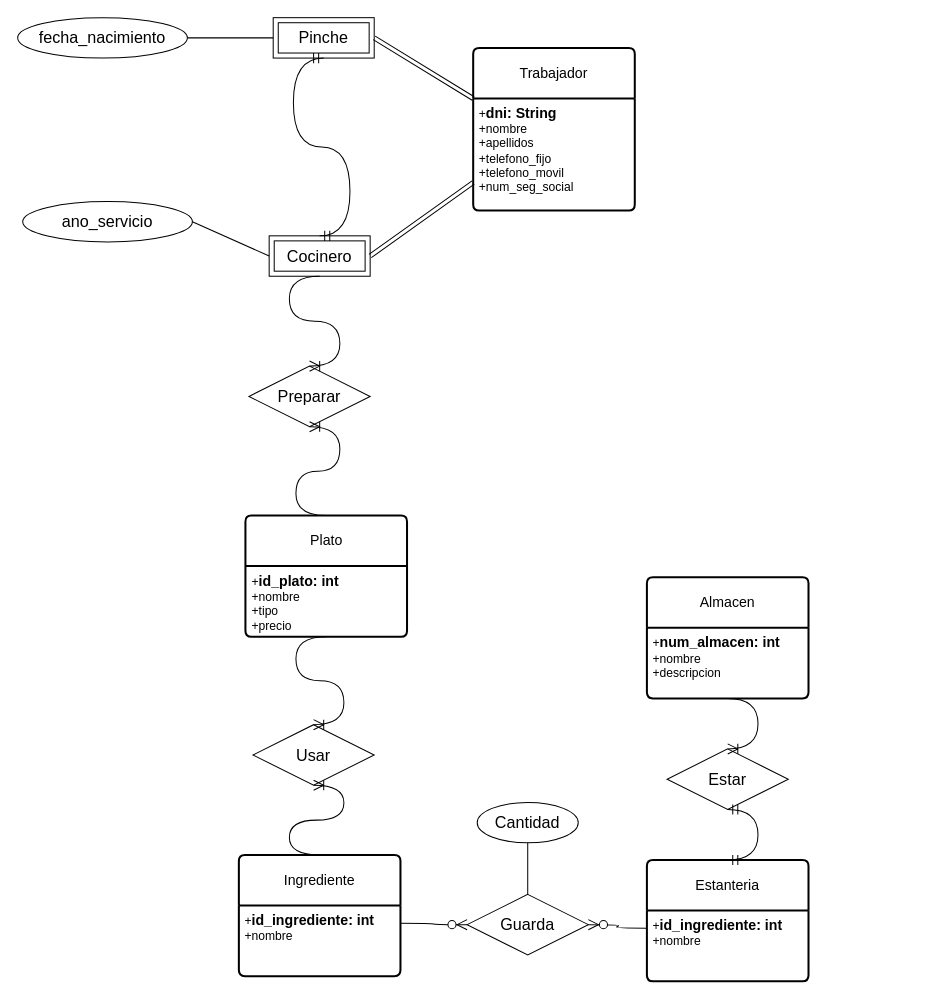
Above: ejercicio13.drawio in AsierGArranz/aga-sru-sa-t-UD12DiagramaER-11102023 (draw.io), before the change. Source tidied: cells renumbered, new cells numbered last; positions are measured from the earlier drawing's top-left corner, leaving out a move shared by most shapes. Both pictures are drawn from the tidied source at 101%, with x=0, y=0 at pixel (17, 17).
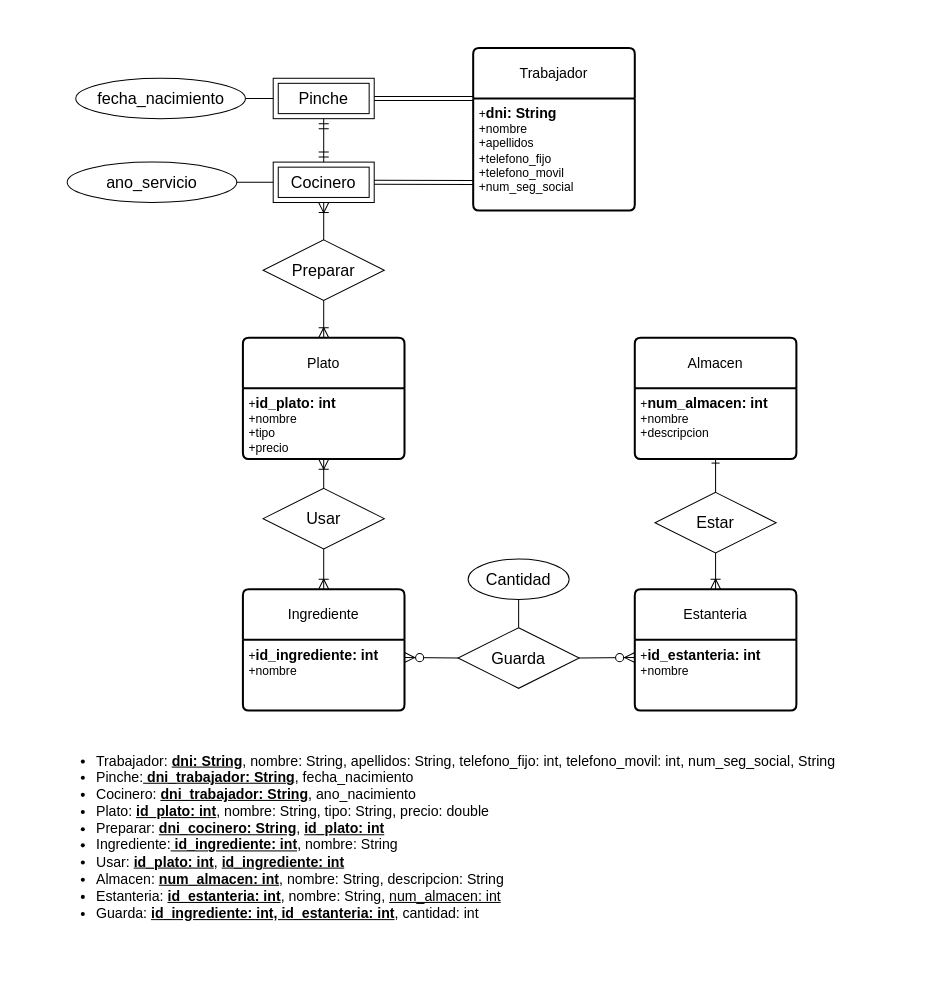
The same page after the edit.

The change refers to these unchanged cells:
```xml
<mxCell id="3" value="+&lt;b&gt;&lt;font style=&quot;font-size: 14px;&quot;&gt;id_plato: int&lt;/font&gt;&lt;/b&gt;&lt;br&gt;+nombre&lt;br&gt;+tipo&lt;br&gt;+precio" style="align=left;strokeColor=none;fillColor=none;spacingLeft=4;fontSize=12;verticalAlign=top;html=1;" parent="2" vertex="1">
  <mxGeometry y="50" width="160" height="70" as="geometry" />
</mxCell>
<mxCell id="5" value="+&lt;b&gt;&lt;font style=&quot;font-size: 14px;&quot;&gt;id_ingrediente: int&lt;/font&gt;&lt;/b&gt;&lt;br&gt;+nombre" style="align=left;strokeColor=none;fillColor=none;spacingLeft=4;fontSize=12;verticalAlign=top;html=1;" parent="4" vertex="1">
  <mxGeometry y="50" width="160" height="70" as="geometry" />
</mxCell>
<mxCell id="31" value="+&lt;b&gt;&lt;font style=&quot;font-size: 14px;&quot;&gt;num_almacen: int&lt;/font&gt;&lt;/b&gt;&lt;br&gt;+nombre&lt;br&gt;+descripcion" style="align=left;strokeColor=none;fillColor=none;spacingLeft=4;fontSize=12;verticalAlign=top;html=1;" parent="30" vertex="1">
  <mxGeometry y="50" width="160" height="70" as="geometry" />
</mxCell>
```

Diff of the diagram source:
```diff
@@
     <mxCell id="2" value="Plato" style="swimlane;horizontal=1;startSize=50;rounded=1;fontSize=14;fontStyle=0;strokeWidth=2;shadow=0;dashed=0;align=center;arcSize=4;whiteSpace=wrap;html=1;" parent="1" vertex="1">
-      <mxGeometry x="225.5" y="493" width="160" height="120" as="geometry" />
+      <mxGeometry x="223" y="317" width="160" height="120" as="geometry" />
     </mxCell>
@@
     <mxCell id="4" value="Ingrediente" style="swimlane;horizontal=1;startSize=50;rounded=1;fontSize=14;fontStyle=0;strokeWidth=2;shadow=0;dashed=0;align=center;arcSize=4;whiteSpace=wrap;html=1;" parent="1" vertex="1">
-      <mxGeometry x="219" y="829" width="160" height="120" as="geometry" />
+      <mxGeometry x="223" y="566" width="160" height="120" as="geometry" />
     </mxCell>
@@
     <mxCell id="8" value="Cocinero" style="shape=ext;margin=3;double=1;whiteSpace=wrap;html=1;align=center;fontSize=16;" parent="1" vertex="1">
-      <mxGeometry x="249" y="216" width="100" height="40" as="geometry" />
+      <mxGeometry x="253" y="143" width="100" height="40" as="geometry" />
     </mxCell>
     <mxCell id="9" value="Pinche" style="shape=ext;margin=3;double=1;whiteSpace=wrap;html=1;align=center;fontSize=16;" parent="1" vertex="1">
-      <mxGeometry x="253" width="100" height="40" as="geometry" />
+      <mxGeometry x="253" y="60" width="100" height="40" as="geometry" />
     </mxCell>
@@
     <mxCell id="12" value="fecha_nacimiento" style="ellipse;whiteSpace=wrap;html=1;align=center;fontSize=16;" parent="1" vertex="1">
-      <mxGeometry width="168" height="40" as="geometry" />
+      <mxGeometry x="57.5" y="60" width="168" height="40" as="geometry" />
     </mxCell>
     <mxCell id="13" value="ano_servicio" style="ellipse;whiteSpace=wrap;html=1;align=center;fontSize=16;" parent="1" vertex="1">
-      <mxGeometry x="5" y="182" width="168" height="40" as="geometry" />
+      <mxGeometry x="49" y="143" width="168" height="40" as="geometry" />
     </mxCell>
@@
     <mxCell id="16" value="Preparar" style="shape=rhombus;perimeter=rhombusPerimeter;whiteSpace=wrap;html=1;align=center;fontSize=16;" parent="1" vertex="1">
-      <mxGeometry x="229" y="345" width="120" height="60" as="geometry" />
+      <mxGeometry x="243" y="220" width="120" height="60" as="geometry" />
     </mxCell>
-    <mxCell id="17" style="edgeStyle=entityRelationEdgeStyle;fontSize=12;html=1;endArrow=ERmandOne;startArrow=ERmandOne;rounded=0;startSize=8;endSize=8;curved=1;entryX=0.5;entryY=1;entryDx=0;entryDy=0;exitX=0.5;exitY=0;exitDx=0;exitDy=0;" parent="1" edge="1" source="8" target="9">
-      <mxGeometry relative="1" as="geometry">
-        <Array as="points">
-          <mxPoint x="312" y="122.5" />
-        </Array>
-      </mxGeometry>
+    <mxCell id="17" style="fontSize=12;html=1;endArrow=ERmandOne;startArrow=ERmandOne;rounded=0;startSize=8;endSize=8;entryX=0.5;entryY=1;entryDx=0;entryDy=0;exitX=0.5;exitY=0;exitDx=0;exitDy=0;" parent="1" edge="1" source="8" target="9">
+      <mxGeometry relative="1" as="geometry" />
     </mxCell>
-    <mxCell id="18" style="edgeStyle=entityRelationEdgeStyle;fontSize=12;html=1;endArrow=ERoneToMany;rounded=0;startSize=8;endSize=8;curved=1;exitX=0.5;exitY=1;exitDx=0;exitDy=0;entryX=0.5;entryY=0;entryDx=0;entryDy=0;" parent="1" edge="1" source="8" target="16">
+    <mxCell id="18" style="fontSize=12;html=1;endArrow=ERoneToMany;rounded=0;startSize=8;endSize=8;exitX=0.5;exitY=1;exitDx=0;exitDy=0;entryX=0.5;entryY=0;entryDx=0;entryDy=0;" parent="1" edge="1" source="16" target="2">
       <mxGeometry relative="1" as="geometry" />
     </mxCell>
-    <mxCell id="19" style="edgeStyle=entityRelationEdgeStyle;fontSize=12;html=1;endArrow=ERoneToMany;rounded=0;startSize=8;endSize=8;curved=1;exitX=0.5;exitY=0;exitDx=0;exitDy=0;entryX=0.5;entryY=1;entryDx=0;entryDy=0;" parent="1" edge="1" source="2" target="16">
+    <mxCell id="19" style="fontSize=12;html=1;endArrow=ERoneToMany;rounded=0;startSize=8;endSize=8;exitX=0.5;exitY=0;exitDx=0;exitDy=0;entryX=0.5;entryY=1;entryDx=0;entryDy=0;" parent="1" edge="1" source="16" target="8">
       <mxGeometry relative="1" as="geometry" />
     </mxCell>
     <mxCell id="20" value="Usar" style="shape=rhombus;perimeter=rhombusPerimeter;whiteSpace=wrap;html=1;align=center;fontSize=16;" parent="1" vertex="1">
-      <mxGeometry x="233" y="700" width="120" height="60" as="geometry" />
+      <mxGeometry x="243" y="466" width="120" height="60" as="geometry" />
     </mxCell>
-    <mxCell id="21" style="edgeStyle=entityRelationEdgeStyle;fontSize=12;html=1;endArrow=ERoneToMany;rounded=0;startSize=8;endSize=8;curved=1;exitX=0.5;exitY=1;exitDx=0;exitDy=0;entryX=0.5;entryY=0;entryDx=0;entryDy=0;" parent="1" edge="1" source="3" target="20">
+    <mxCell id="21" style="fontSize=12;html=1;endArrow=ERoneToMany;rounded=0;startSize=8;endSize=8;entryX=0.5;entryY=0;entryDx=0;entryDy=0;exitX=0.5;exitY=1;exitDx=0;exitDy=0;" parent="1" edge="1" source="20" target="4">
       <mxGeometry relative="1" as="geometry" />
     </mxCell>
-    <mxCell id="22" style="edgeStyle=entityRelationEdgeStyle;fontSize=12;html=1;endArrow=ERoneToMany;rounded=0;startSize=8;endSize=8;curved=1;exitX=0.5;exitY=0;exitDx=0;exitDy=0;entryX=0.5;entryY=1;entryDx=0;entryDy=0;" parent="1" edge="1" source="4" target="20">
+    <mxCell id="22" style="fontSize=12;html=1;endArrow=ERoneToMany;rounded=0;startSize=8;endSize=8;exitX=0.5;exitY=0;exitDx=0;exitDy=0;entryX=0.5;entryY=1;entryDx=0;entryDy=0;" parent="1" edge="1" source="20" target="3">
       <mxGeometry relative="1" as="geometry" />
     </mxCell>
     <mxCell id="23" value="Estanteria" style="swimlane;horizontal=1;startSize=50;rounded=1;fontSize=14;fontStyle=0;strokeWidth=2;shadow=0;dashed=0;align=center;arcSize=4;whiteSpace=wrap;html=1;" parent="1" vertex="1">
-      <mxGeometry x="623" y="834" width="160" height="120" as="geometry" />
+      <mxGeometry x="611" y="566" width="160" height="120" as="geometry" />
     </mxCell>
-    <mxCell id="24" value="+&lt;b&gt;&lt;font style=&quot;font-size: 14px;&quot;&gt;id_ingrediente: int&lt;/font&gt;&lt;/b&gt;&lt;br&gt;+nombre" style="align=left;strokeColor=none;fillColor=none;spacingLeft=4;fontSize=12;verticalAlign=top;html=1;" parent="23" vertex="1">
+    <mxCell id="24" value="+&lt;b&gt;&lt;font style=&quot;font-size: 14px;&quot;&gt;id_estanteria: int&lt;/font&gt;&lt;/b&gt;&lt;br&gt;+nombre" style="align=left;strokeColor=none;fillColor=none;spacingLeft=4;fontSize=12;verticalAlign=top;html=1;" parent="23" vertex="1">
       <mxGeometry y="50" width="160" height="70" as="geometry" />
     </mxCell>
     <mxCell id="25" value="Guarda" style="shape=rhombus;perimeter=rhombusPerimeter;whiteSpace=wrap;html=1;align=center;fontSize=16;" parent="1" vertex="1">
-      <mxGeometry x="445" y="868" width="120" height="60" as="geometry" />
+      <mxGeometry x="436" y="604" width="120" height="60" as="geometry" />
     </mxCell>
-    <mxCell id="26" style="edgeStyle=entityRelationEdgeStyle;fontSize=12;html=1;endArrow=ERzeroToMany;endFill=1;rounded=0;startSize=8;endSize=8;curved=1;exitX=1;exitY=0.25;exitDx=0;exitDy=0;entryX=0;entryY=0.5;entryDx=0;entryDy=0;" parent="1" edge="1" source="5" target="25">
+    <mxCell id="26" style="fontSize=12;html=1;endArrow=ERzeroToMany;endFill=1;rounded=0;startSize=8;endSize=8;exitX=1;exitY=0.5;exitDx=0;exitDy=0;entryX=0;entryY=0.25;entryDx=0;entryDy=0;" parent="1" edge="1" source="25" target="24">
       <mxGeometry relative="1" as="geometry" />
     </mxCell>
-    <mxCell id="27" style="edgeStyle=entityRelationEdgeStyle;fontSize=12;html=1;endArrow=ERzeroToMany;endFill=1;rounded=0;startSize=8;endSize=8;curved=1;exitX=0;exitY=0.25;exitDx=0;exitDy=0;entryX=1;entryY=0.5;entryDx=0;entryDy=0;" parent="1" edge="1" source="24" target="25">
+    <mxCell id="27" style="fontSize=12;html=1;endArrow=ERzeroToMany;endFill=1;rounded=0;startSize=8;endSize=8;exitX=0;exitY=0.5;exitDx=0;exitDy=0;entryX=1;entryY=0.25;entryDx=0;entryDy=0;" parent="1" edge="1" source="25" target="5">
       <mxGeometry relative="1" as="geometry" />
     </mxCell>
     <mxCell id="28" value="Cantidad" style="ellipse;whiteSpace=wrap;html=1;align=center;fontSize=16;" parent="1" vertex="1">
-      <mxGeometry x="455" y="777" width="100" height="40" as="geometry" />
+      <mxGeometry x="446" y="536" width="100" height="40" as="geometry" />
     </mxCell>
@@
     <mxCell id="30" value="Almacen" style="swimlane;horizontal=1;startSize=50;rounded=1;fontSize=14;fontStyle=0;strokeWidth=2;shadow=0;dashed=0;align=center;arcSize=4;whiteSpace=wrap;html=1;" parent="1" vertex="1">
-      <mxGeometry x="623" y="554" width="160" height="120" as="geometry" />
+      <mxGeometry x="611" y="317" width="160" height="120" as="geometry" />
     </mxCell>
@@
     <mxCell id="32" value="Estar" style="shape=rhombus;perimeter=rhombusPerimeter;whiteSpace=wrap;html=1;align=center;fontSize=16;" parent="1" vertex="1">
-      <mxGeometry x="643" y="724" width="120" height="60" as="geometry" />
+      <mxGeometry x="631" y="470" width="120" height="60" as="geometry" />
     </mxCell>
-    <mxCell id="33" style="edgeStyle=entityRelationEdgeStyle;fontSize=12;html=1;endArrow=ERmandOne;startArrow=ERmandOne;rounded=0;startSize=8;endSize=8;curved=1;exitX=0.5;exitY=0;exitDx=0;exitDy=0;entryX=0.5;entryY=1;entryDx=0;entryDy=0;" parent="1" edge="1" source="23" target="32">
-      <mxGeometry relative="1" as="geometry" />
-    </mxCell>
-    <mxCell id="34" style="edgeStyle=entityRelationEdgeStyle;fontSize=12;html=1;endArrow=ERoneToMany;rounded=0;startSize=8;endSize=8;curved=1;entryX=0.5;entryY=0;entryDx=0;entryDy=0;exitX=0.5;exitY=1;exitDx=0;exitDy=0;" parent="1" edge="1" source="31" target="32">
+    <mxCell id="34" style="fontSize=12;html=1;endArrow=ERoneToMany;rounded=0;startSize=8;endSize=8;entryX=0.5;entryY=0;entryDx=0;entryDy=0;exitX=0.5;exitY=1;exitDx=0;exitDy=0;" parent="1" edge="1" source="32" target="23">
       <mxGeometry relative="1" as="geometry" />
     </mxCell>
+    <mxCell id="35" style="fontSize=12;html=1;endArrow=ERone;endFill=1;rounded=0;entryX=0.5;entryY=1;entryDx=0;entryDy=0;exitX=0.5;exitY=0;exitDx=0;exitDy=0;" parent="1" edge="1" source="32" target="31">
+      <mxGeometry relative="1" as="geometry" />
+    </mxCell>
+    <mxCell id="36" value="&lt;ul style=&quot;font-size: 14px;&quot;&gt;&lt;li&gt;Trabajador: &lt;b&gt;&lt;u&gt;dni: String&lt;/u&gt;&lt;/b&gt;, nombre: String, apellidos: String, telefono_fijo: int, telefono_movil: int, num_seg_social, String&lt;/li&gt;&lt;li&gt;Pinche:&lt;u&gt;&lt;b&gt; dni_trabajador: String&lt;/b&gt;&lt;/u&gt;, fecha_nacimiento&lt;/li&gt;&lt;li&gt;Cocinero: &lt;b&gt;&lt;u&gt;dni_trabajador: String&lt;/u&gt;&lt;/b&gt;, ano_nacimiento&lt;/li&gt;&lt;li&gt;Plato: &lt;b&gt;&lt;u&gt;id_plato: int&lt;/u&gt;&lt;/b&gt;, nombre: String, tipo: String, precio: double&lt;/li&gt;&lt;li&gt;Preparar:&amp;nbsp;&lt;b style=&quot;border-color: var(--border-color);&quot;&gt;&lt;u style=&quot;border-color: var(--border-color);&quot;&gt;dni_cocinero: String&lt;/u&gt;&lt;/b&gt;,&amp;nbsp;&lt;b style=&quot;border-color: var(--border-color);&quot;&gt;&lt;u style=&quot;border-color: var(--border-color);&quot;&gt;id_plato: int&lt;/u&gt;&lt;/b&gt;&lt;/li&gt;&lt;li&gt;Ingrediente:&lt;b&gt;&lt;u&gt; id_ingrediente: int&lt;/u&gt;&lt;/b&gt;, nombre: String&lt;/li&gt;&lt;li&gt;Usar: &lt;b&gt;&lt;u&gt;id_plato: int&lt;/u&gt;&lt;/b&gt;, &lt;b&gt;&lt;u&gt;id_ingrediente: int&lt;/u&gt;&lt;/b&gt;&lt;/li&gt;&lt;li&gt;Almacen: &lt;b&gt;&lt;u&gt;num_almacen: int&lt;/u&gt;&lt;/b&gt;, nombre: String, descripcion: String&lt;/li&gt;&lt;li&gt;Estanteria: &lt;b&gt;&lt;u&gt;id_estanteria: int&lt;/u&gt;&lt;/b&gt;, nombre: String, &lt;u&gt;num_almacen: int&lt;/u&gt;&lt;/li&gt;&lt;li&gt;Guarda: &lt;b&gt;&lt;u&gt;id_ingrediente: int, id_estanteria: int&lt;/u&gt;&lt;/b&gt;, cantidad: int&lt;/li&gt;&lt;/ul&gt;" style="text;strokeColor=none;fillColor=none;html=1;whiteSpace=wrap;verticalAlign=middle;overflow=hidden;" parent="1" vertex="1">
+      <mxGeometry x="36" y="711" width="857" height="190" as="geometry" />
+    </mxCell>
```
